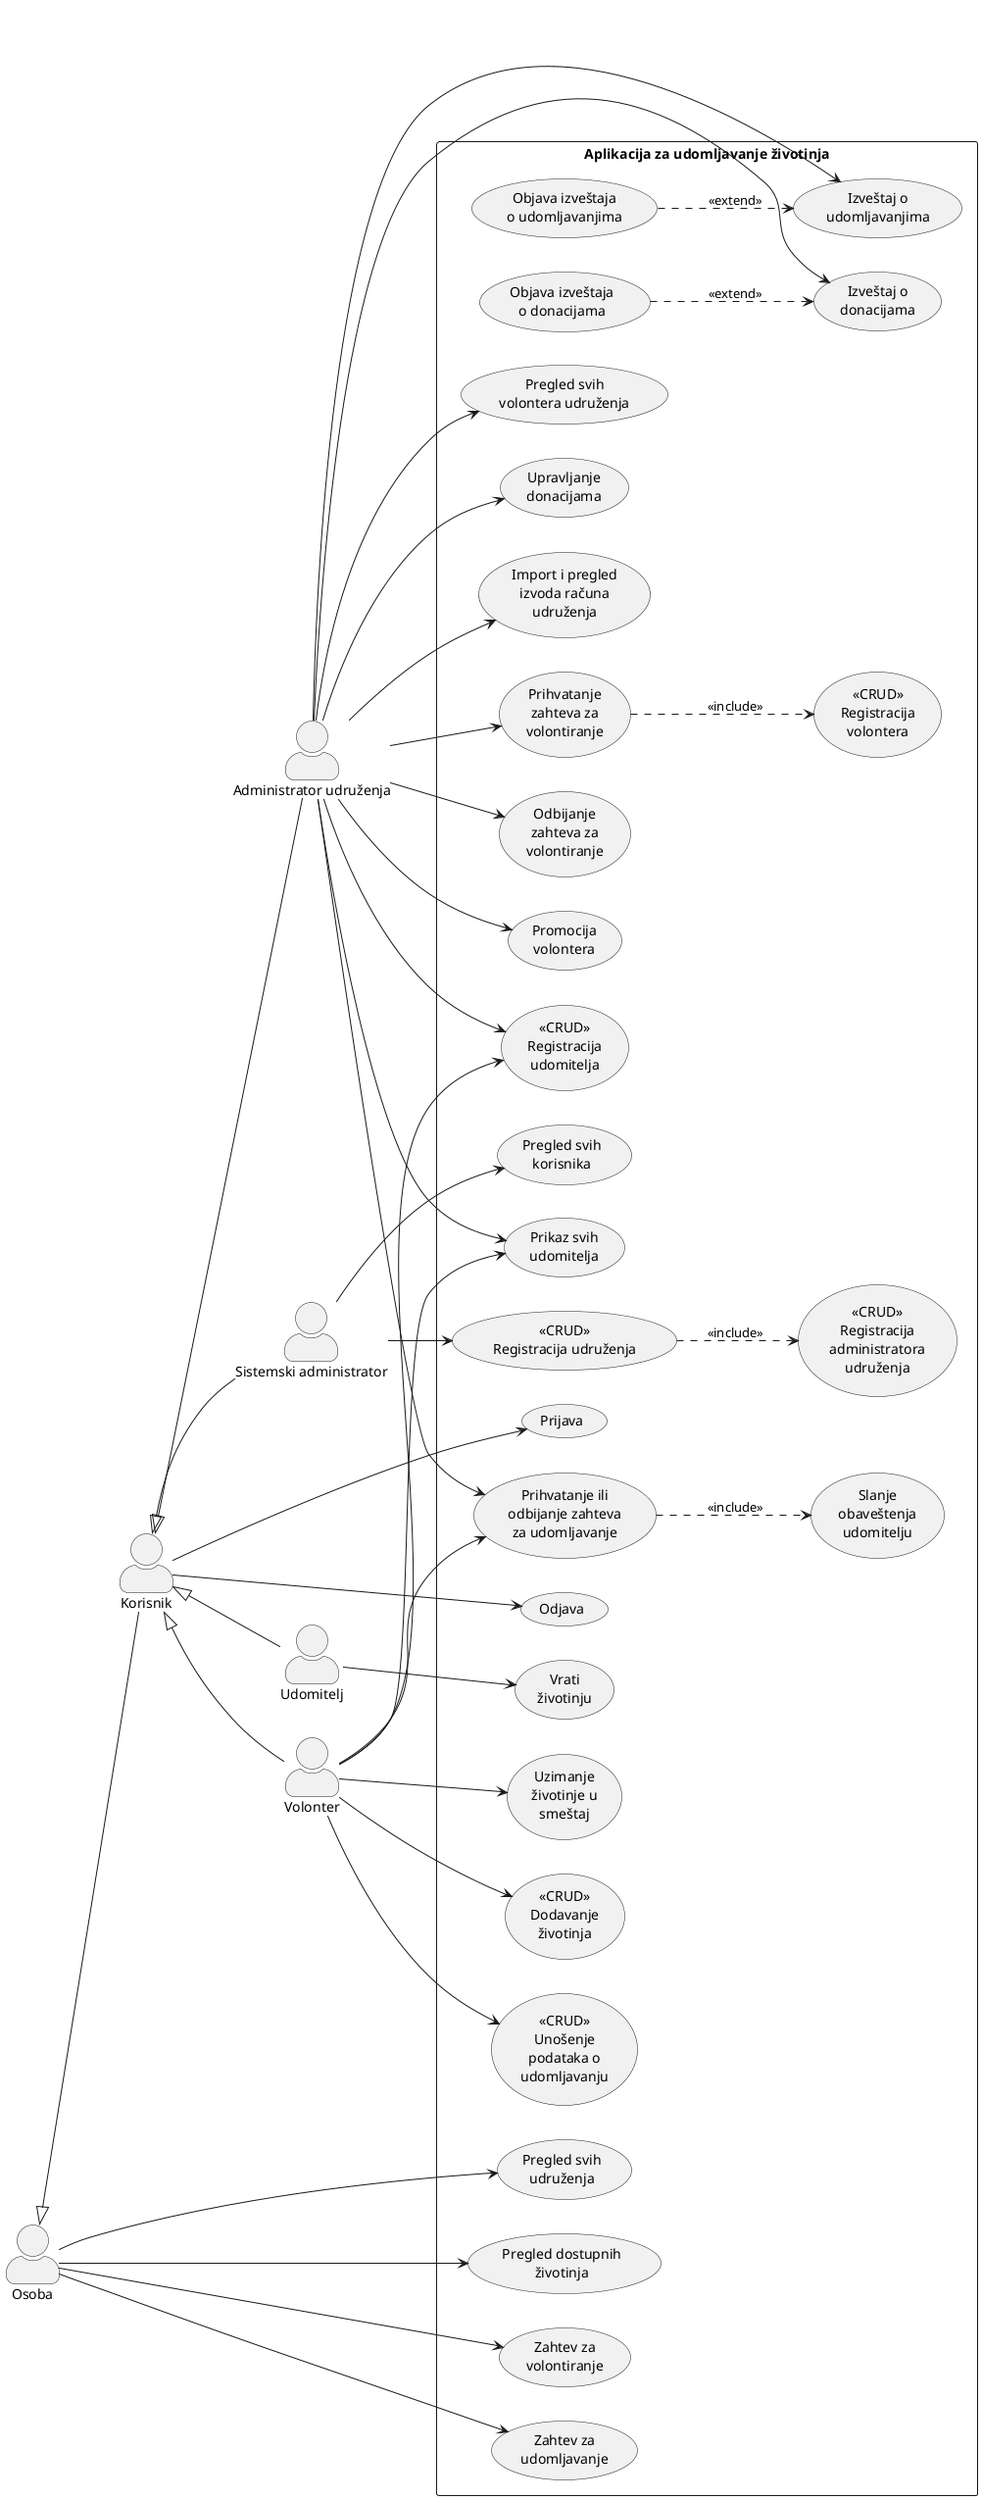
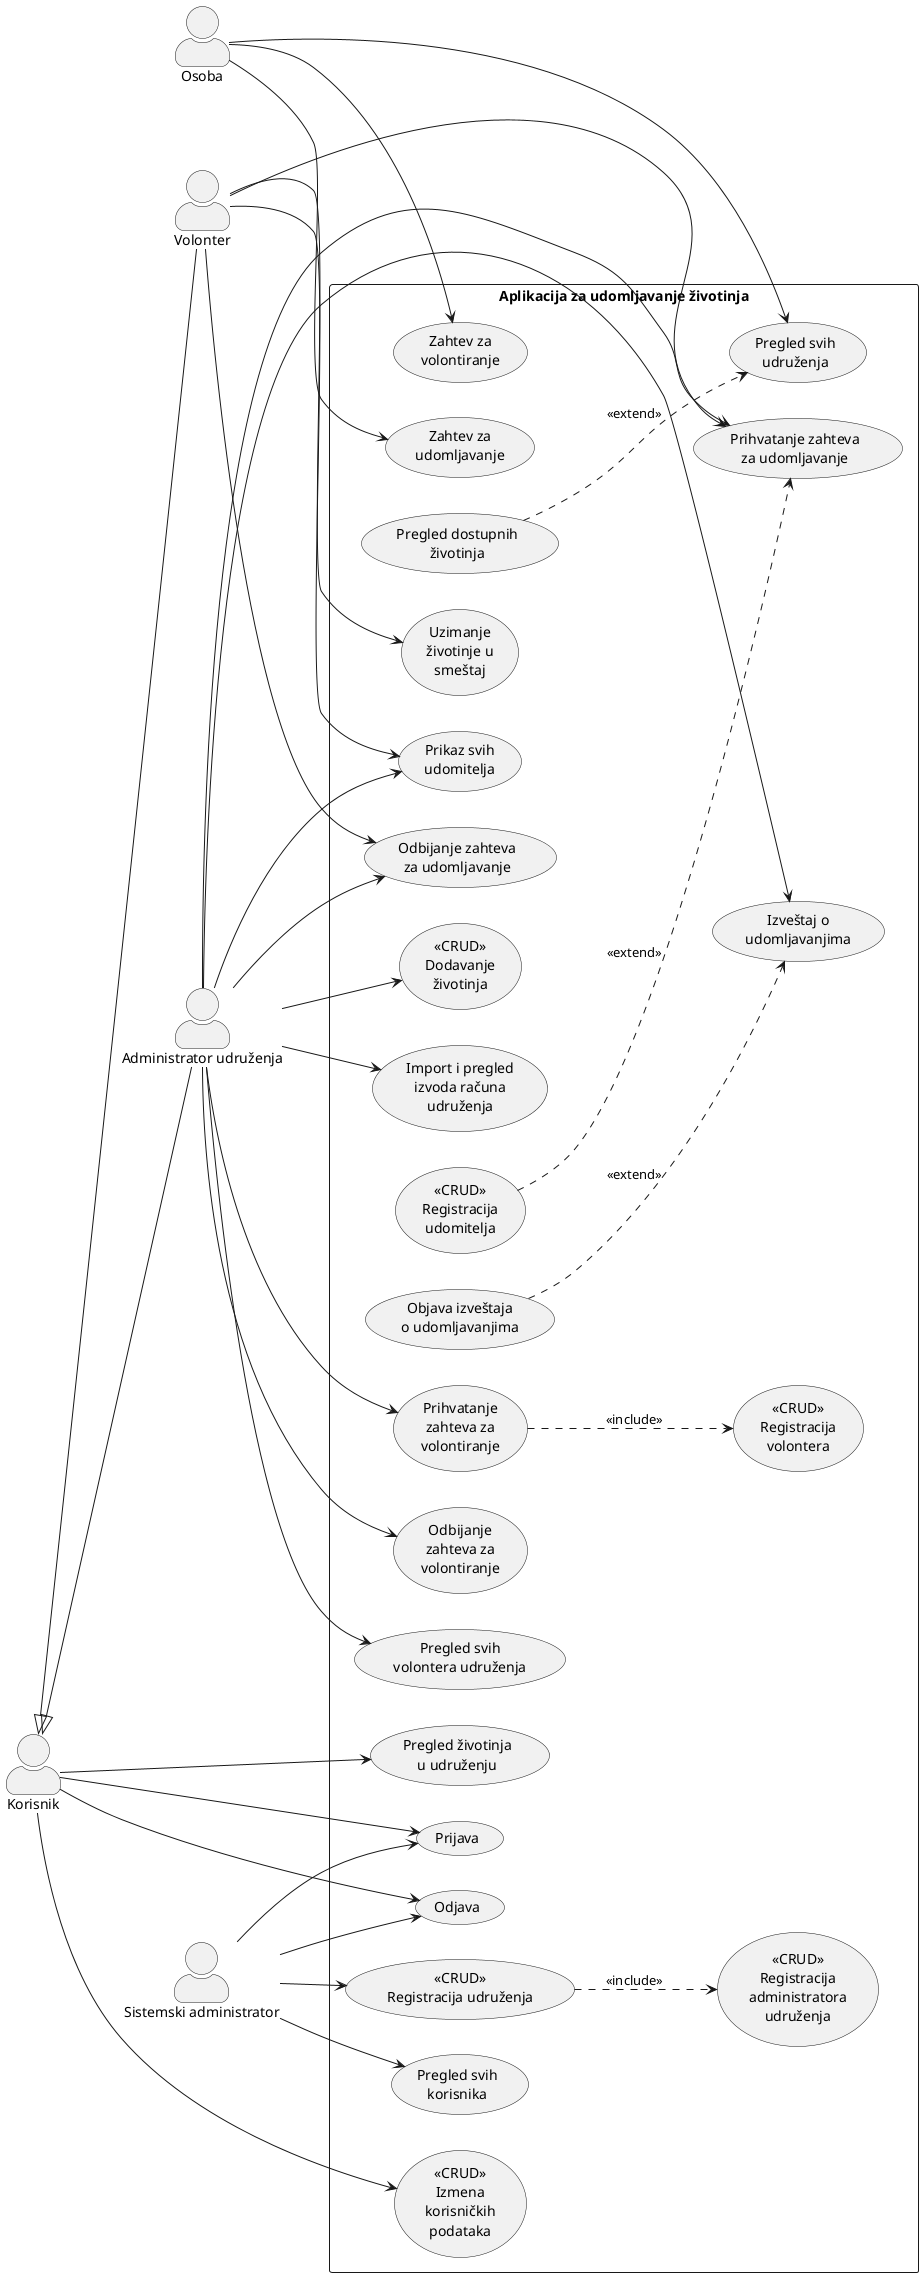
@startuml
left to right direction

skinparam actorStyle awesome
skinparam packageStyle rectangle

actor Osoba
actor Korisnik
- actor Udomitelj
actor Volonter
actor "Administrator udruženja" as Admin
actor "Sistemski administrator" as SysAdmin

- Osoba <|-- Korisnik

- Korisnik <|-- Udomitelj
Korisnik <|-- Volonter
Korisnik <|-- Admin
- Korisnik <|-- SysAdmin

rectangle "Aplikacija za udomljavanje životinja" {

'=========================
- ' Opšte
+ ' Osoba i Korisnik
'=========================

usecase "Prijava" as UC1
usecase "Odjava" as UC2
usecase "Pregled svih\nudruženja" as UC3
usecase "Pregled dostupnih\nživotinja" as UC4

usecase "Zahtev za\nvolontiranje" as UC5
usecase "Zahtev za\nudomljavanje" as UC6

- usecase "Vrati\nživotinju" as UC7
+ usecase "Pregled životinja\nu udruženju" as UC29
+ usecase "<<CRUD>>\nIzmena\nkorisničkih\npodataka" as UC30

'=========================
' Sistemski administrator
'=========================

usecase "<<CRUD>>\nRegistracija udruženja" as UC8
usecase "<<CRUD>>\nRegistracija\nadministratora\nudruženja" as UC9
usecase "Pregled svih\nkorisnika" as UC10

'=========================
' Administrator udruženja
'=========================

usecase "<<CRUD>>\nRegistracija\nvolontera" as UC11

usecase "Prihvatanje\nzahteva za\nvolontiranje" as UC12
usecase "Odbijanje\nzahteva za\nvolontiranje" as UC13

- usecase "Promocija\nvolontera" as UC14
usecase "Pregled svih\nvolontera udruženja" as UC15
- 
- usecase "Upravljanje\ndonacijama" as UC16

usecase "Izveštaj o\nudomljavanjima" as UC17
usecase "Objava izveštaja\no udomljavanjima" as UC18

- usecase "Izveštaj o\ndonacijama" as UC19
- usecase "Objava izveštaja\no donacijama" as UC20
- 
usecase "Import i pregled\nizvoda računa\nudruženja" as UC21

- usecase "Prihvatanje ili\nodbijanje zahteva\nza udomljavanje" as UC22
- 
- usecase "Slanje\nobaveštenja\nudomitelju" as UC23
+ usecase "Prihvatanje zahteva\nza udomljavanje" as UC22

usecase "Prikaz svih\nudomitelja" as UC24

usecase "<<CRUD>>\nRegistracija\nudomitelja" as UC25

+ usecase "<<CRUD>>\nDodavanje\nživotinja" as UC26
+ 
+ usecase "Odbijanje zahteva\nza udomljavanje" as UC31
+ 
'=========================
' Volonter
'=========================
- 
- usecase "<<CRUD>>\nDodavanje\nživotinja" as UC26
- 
- usecase "<<CRUD>>\nUnošenje\npodataka o\nudomljavanju" as UC27

usecase "Uzimanje\nživotinje u\nsmeštaj" as UC28

}

'=========================
' Akteri
'=========================

Osoba --> UC3
- Osoba --> UC4
Osoba --> UC5
Osoba --> UC6

Korisnik --> UC1
Korisnik --> UC2
- 
- Udomitelj --> UC7
+ Korisnik --> UC29
+ Korisnik --> UC30

SysAdmin --> UC8
SysAdmin --> UC10
+ SysAdmin --> UC1
+ SysAdmin --> UC2

Admin --> UC12
Admin --> UC13
- Admin --> UC14
Admin --> UC15
- Admin --> UC16
Admin --> UC17
- Admin --> UC19
Admin --> UC21
Admin --> UC22
Admin --> UC24
- Admin --> UC25
+ Admin --> UC26
+ Admin --> UC31

Volonter --> UC22
Volonter --> UC24
- Volonter --> UC25
- Volonter --> UC26
- Volonter --> UC27
Volonter --> UC28
+ Volonter --> UC31

'=========================
' include
'=========================

UC8 ..> UC9 : <<include>>

UC12 ..> UC11 : <<include>>

- UC22 ..> UC23 : <<include>>
- 
'=========================
' extend
'=========================

+ UC4 ..> UC3 : <<extend>>
+ 
UC18 ..> UC17 : <<extend>>

- UC20 ..> UC19 : <<extend>>
+ UC25 ..> UC22 : <<extend>>
@enduml
